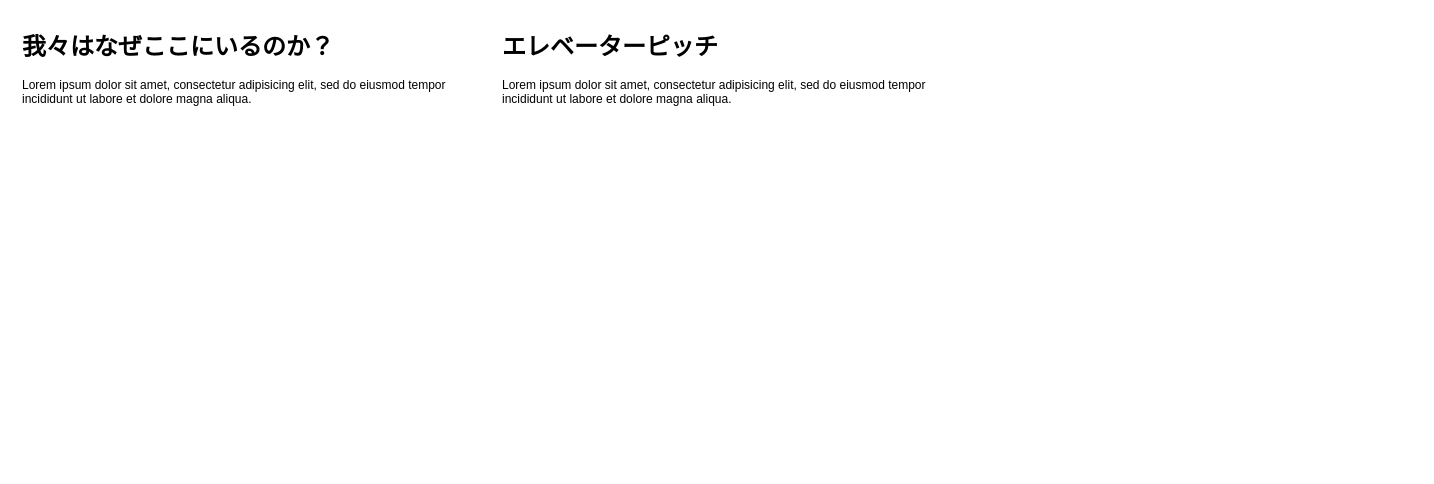
This is inception_deck/Untitled Diagram.drawio from minegishirei/draw_v1, a draw.io file, before an edit. Source tidied: cells renumbered, new cells numbered last; positions are measured from the earlier drawing's top-left corner, leaving out a move shared by most shapes. Both pictures are drawn from the tidied source at 100%, with x=0, y=0 at pixel (17, 27).
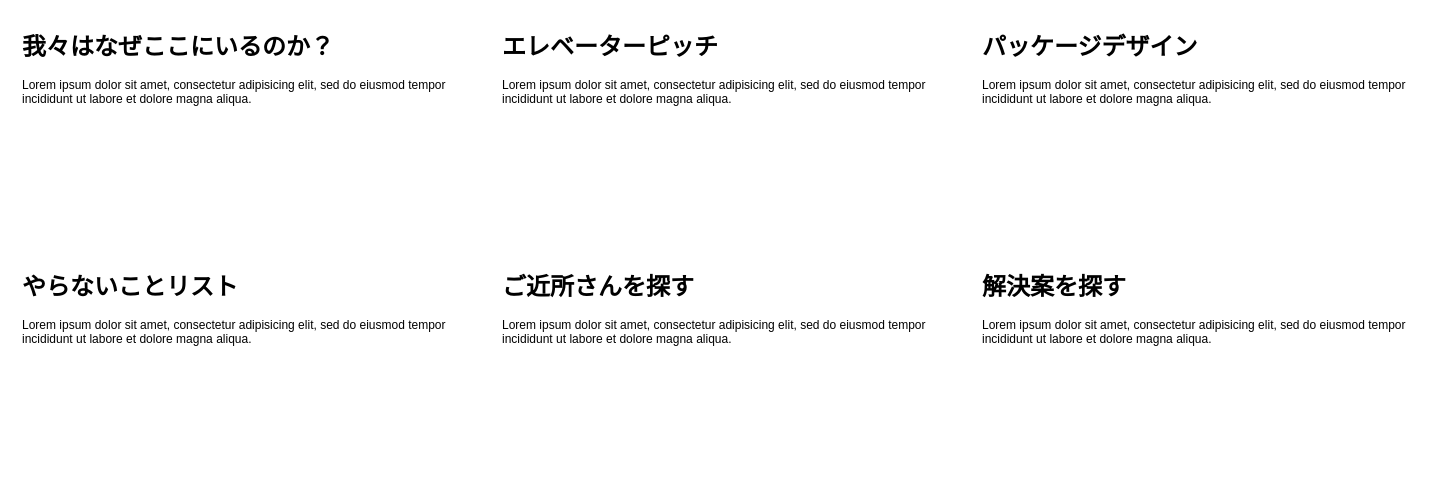
Above is the later version.

Change to the diagram source:
```diff
@@
 <mxGraphModel>
   <root>
     <mxCell id="0" />
     <mxCell id="1" parent="0" />
     <mxCell id="2" value="&lt;h1&gt;我々はなぜここにいるのか？&lt;/h1&gt;&lt;p&gt;Lorem ipsum dolor sit amet, consectetur adipisicing elit, sed do eiusmod tempor incididunt ut labore et dolore magna aliqua.&lt;/p&gt;" style="text;html=1;strokeColor=none;fillColor=none;spacing=5;spacingTop=-20;whiteSpace=wrap;overflow=hidden;rounded=0;" parent="1" vertex="1">
       <mxGeometry width="440" height="200" as="geometry" />
     </mxCell>
     <mxCell id="3" value="&lt;h1&gt;エレベーターピッチ&lt;/h1&gt;&lt;p&gt;Lorem ipsum dolor sit amet, consectetur adipisicing elit, sed do eiusmod tempor incididunt ut labore et dolore magna aliqua.&lt;/p&gt;" style="text;html=1;strokeColor=none;fillColor=none;spacing=5;spacingTop=-20;whiteSpace=wrap;overflow=hidden;rounded=0;" parent="1" vertex="1">
       <mxGeometry x="480" width="440" height="200" as="geometry" />
     </mxCell>
+    <mxCell id="4" value="&lt;h1&gt;パッケージデザイン&lt;/h1&gt;&lt;p&gt;Lorem ipsum dolor sit amet, consectetur adipisicing elit, sed do eiusmod tempor incididunt ut labore et dolore magna aliqua.&lt;/p&gt;" style="text;html=1;strokeColor=none;fillColor=none;spacing=5;spacingTop=-20;whiteSpace=wrap;overflow=hidden;rounded=0;" parent="1" vertex="1">
+      <mxGeometry x="960" width="440" height="200" as="geometry" />
+    </mxCell>
+    <mxCell id="5" value="&lt;h1&gt;やらないことリスト&lt;/h1&gt;&lt;p&gt;Lorem ipsum dolor sit amet, consectetur adipisicing elit, sed do eiusmod tempor incididunt ut labore et dolore magna aliqua.&lt;/p&gt;" style="text;html=1;strokeColor=none;fillColor=none;spacing=5;spacingTop=-20;whiteSpace=wrap;overflow=hidden;rounded=0;" parent="1" vertex="1">
+      <mxGeometry y="240" width="440" height="200" as="geometry" />
+    </mxCell>
+    <mxCell id="6" value="&lt;h1&gt;ご近所さんを探す&lt;/h1&gt;&lt;p&gt;Lorem ipsum dolor sit amet, consectetur adipisicing elit, sed do eiusmod tempor incididunt ut labore et dolore magna aliqua.&lt;/p&gt;" style="text;html=1;strokeColor=none;fillColor=none;spacing=5;spacingTop=-20;whiteSpace=wrap;overflow=hidden;rounded=0;" parent="1" vertex="1">
+      <mxGeometry x="480" y="240" width="440" height="200" as="geometry" />
+    </mxCell>
+    <mxCell id="7" value="&lt;h1&gt;解決案を探す&lt;/h1&gt;&lt;p&gt;Lorem ipsum dolor sit amet, consectetur adipisicing elit, sed do eiusmod tempor incididunt ut labore et dolore magna aliqua.&lt;/p&gt;" style="text;html=1;strokeColor=none;fillColor=none;spacing=5;spacingTop=-20;whiteSpace=wrap;overflow=hidden;rounded=0;" parent="1" vertex="1">
+      <mxGeometry x="960" y="240" width="440" height="200" as="geometry" />
+    </mxCell>
   </root>
 </mxGraphModel>
```
